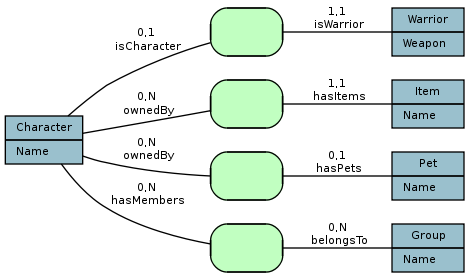
Earlier version of the Graphviz export doc/wiki/images/ER_developped.png (divarvel/jDbT). Its source is kept beside it as output/ER_developped.dot. Source of this version:
```dot
graph ER {
    rankdir = LR
    fontname = "Bitstream Vera Sans"
    fontsize = 8

    node [
        fontname = "Bitstream Vera Sans"
        fontsize = 8
        shape = "record"
        style = "filled"
        fillcolor="lightblue3"
    ]

    edge [
        fontname = "Bitstream Vera Sans"
        fontsize = 8
    ]

    Character [
        label = "Character|\
        Name\l"
    ]

    Warrior [
        label = "Warrior|\
        Weapon\l"
    ]

    Item [
        label = "Item|\
        Name\l"
    ]

    Group [
        label = "Group|\
        Name\l"
    ]

    Pet [
        label = "Pet|\
        Name\l"
    ]



    isWarrior [
        label = ""
        shape = "Mrecord"
        fillcolor="darkseagreen1"
    ]

    Character -- isWarrior [label="0,1\n isCharacter"]
    isWarrior -- Warrior [label="1,1\n isWarrior"]



    hasItems [
        label = ""
        shape = "Mrecord"
        fillcolor="darkseagreen1"
    ]

    Character -- hasItems [label="0,N\n ownedBy"]
    hasItems -- Item [label="1,1\n hasItems"]



    hasPets [
        label = ""
        shape = "Mrecord"
        fillcolor="darkseagreen1"
    ]

    Character -- hasPets [label="0,N\n ownedBy"]
    hasPets -- Pet [label="0,1\n hasPets"]



    belongsTo [
        label = ""
        shape = "Mrecord"
        fillcolor="darkseagreen1"
    ]

    Character -- belongsTo [label="0,N\n hasMembers"]
    belongsTo -- Group [label="0,N\n belongsTo"]
}
```
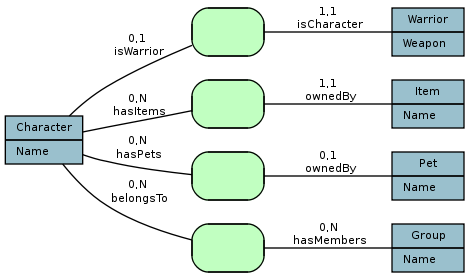
After the change.

Commit message:
Fix: Labels displayed on wrong edges

Change to the diagram source:
```diff
@@ -49,8 +49,8 @@
         fillcolor="darkseagreen1"
     ]
 
-    Character -- isWarrior [label="0,1\n isCharacter"]
-    isWarrior -- Warrior [label="1,1\n isWarrior"]
+    Character -- isWarrior [label="0,1\n isWarrior"]
+    isWarrior -- Warrior [label="1,1\n isCharacter"]
 
 
 
@@ -60,8 +60,8 @@
         fillcolor="darkseagreen1"
     ]
 
-    Character -- hasItems [label="0,N\n ownedBy"]
-    hasItems -- Item [label="1,1\n hasItems"]
+    Character -- hasItems [label="0,N\n hasItems"]
+    hasItems -- Item [label="1,1\n ownedBy"]
 
 
 
@@ -71,8 +71,8 @@
         fillcolor="darkseagreen1"
     ]
 
-    Character -- hasPets [label="0,N\n ownedBy"]
-    hasPets -- Pet [label="0,1\n hasPets"]
+    Character -- hasPets [label="0,N\n hasPets"]
+    hasPets -- Pet [label="0,1\n ownedBy"]
 
 
 
@@ -82,6 +82,6 @@
         fillcolor="darkseagreen1"
     ]
 
-    Character -- belongsTo [label="0,N\n hasMembers"]
-    belongsTo -- Group [label="0,N\n belongsTo"]
+    Character -- belongsTo [label="0,N\n belongsTo"]
+    belongsTo -- Group [label="0,N\n hasMembers"]
 }
```
